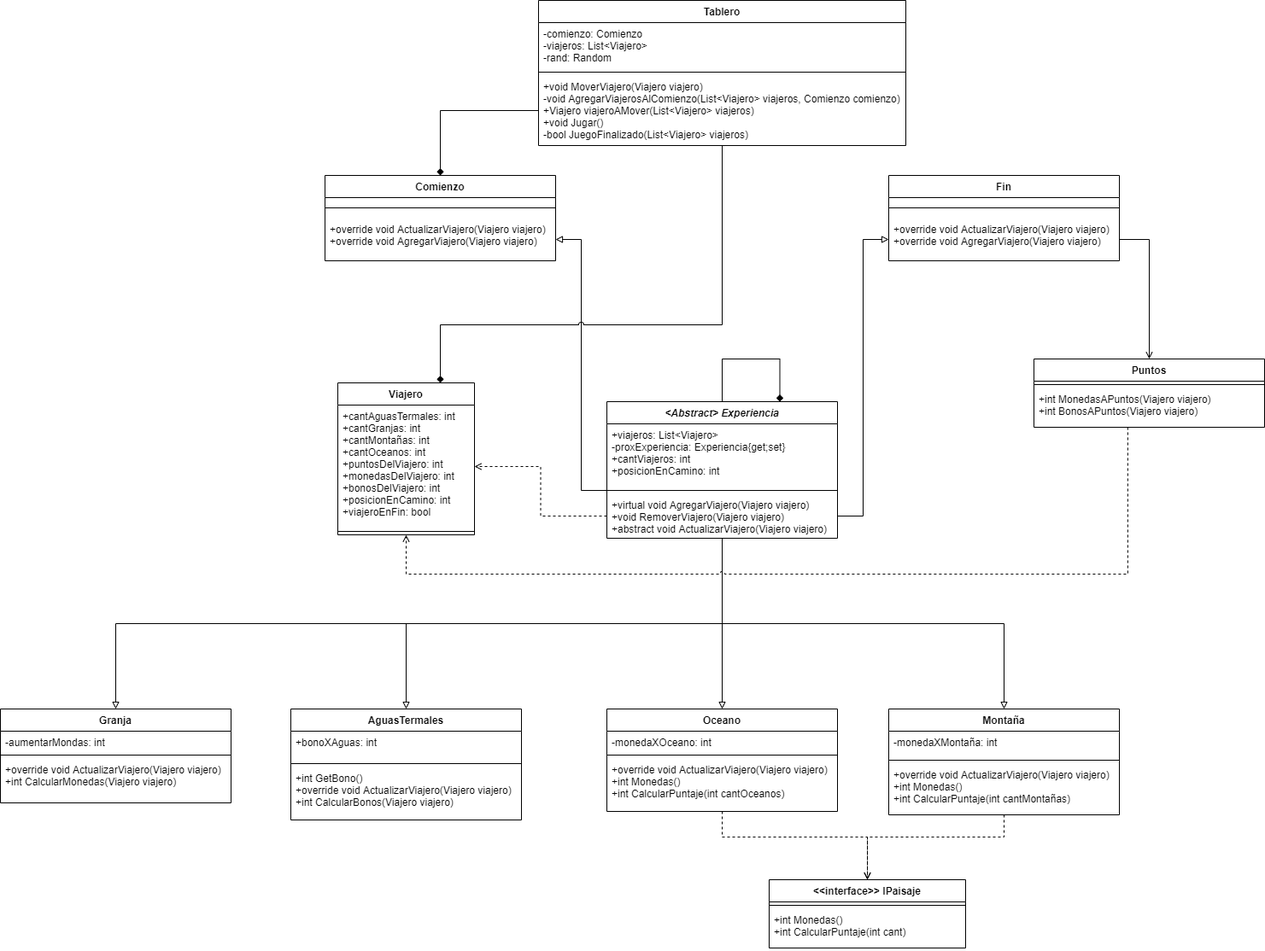
This is Diagrama/diagrama.png from Alejandra2431/ExamenJul2021, a draw.io export, as it was before one commit. Source tidied: cells renumbered, new cells last; positions are measured from the earlier drawing's top-left corner, leaving out a move shared by most shapes. Source of this version:
```xml
<mxGraphModel>
  <root>
    <mxCell id="0" />
    <mxCell id="1" parent="0" />
    <mxCell id="2" value="&lt;Abstract&gt; Experiencia" style="swimlane;fontStyle=3;align=center;verticalAlign=top;horizontal=1;startSize=26;" parent="1" vertex="1">
      <mxGeometry x="710" y="470" width="270" height="160" as="geometry" />
    </mxCell>
    <mxCell id="3" value="+viajeros: List&lt;Viajero&gt;&#10;-proxExperiencia: Experiencia{get;set}&#10;+cantViajeros: int&#10;+posicionEnCamino: int&#10;" style="text;strokeColor=none;fillColor=none;align=left;verticalAlign=top;spacingLeft=4;spacingRight=4;overflow=hidden;" parent="2" vertex="1">
      <mxGeometry y="26" width="270" height="74" as="geometry" />
    </mxCell>
    <mxCell id="4" style="line;strokeWidth=1;fillColor=none;align=left;verticalAlign=middle;spacingTop=-1;spacingLeft=3;spacingRight=3;labelPosition=right;points=[];portConstraint=eastwest;" parent="2" vertex="1">
      <mxGeometry y="100" width="270" height="8" as="geometry" />
    </mxCell>
    <mxCell id="5" value="+virtual void AgregarViajero(Viajero viajero)&#10;+void RemoverViajero(Viajero viajero)&#10;+abstract void ActualizarViajero(Viajero viajero)&#10;" style="text;strokeColor=none;fillColor=none;align=left;verticalAlign=top;spacingLeft=4;spacingRight=4;overflow=hidden;points=[[0,0.5],[1,0.5]];portConstraint=eastwest;" parent="2" vertex="1">
      <mxGeometry y="108" width="270" height="52" as="geometry" />
    </mxCell>
    <mxCell id="6" value="Montaña" style="swimlane;fontStyle=1;align=center;verticalAlign=top;horizontal=1;startSize=26;" parent="1" vertex="1">
      <mxGeometry x="1040" y="830" width="270" height="124" as="geometry" />
    </mxCell>
    <mxCell id="7" value="-monedaXMontaña: int&#10;" style="text;strokeColor=none;fillColor=none;align=left;verticalAlign=top;spacingLeft=4;spacingRight=4;overflow=hidden;" parent="6" vertex="1">
      <mxGeometry y="26" width="270" height="30" as="geometry" />
    </mxCell>
    <mxCell id="8" style="line;strokeWidth=1;fillColor=none;align=left;verticalAlign=middle;spacingTop=-1;spacingLeft=3;spacingRight=3;labelPosition=right;" parent="6" vertex="1">
      <mxGeometry y="56" width="270" height="8" as="geometry" />
    </mxCell>
    <mxCell id="9" value="+override void ActualizarViajero(Viajero viajero)&#10;+int Monedas()&#10;+int CalcularPuntaje(int cantMontañas)" style="text;strokeColor=none;fillColor=none;align=left;verticalAlign=top;spacingLeft=4;spacingRight=4;overflow=hidden;points=[[0,0.5],[1,0.5]];portConstraint=eastwest;" parent="6" vertex="1">
      <mxGeometry y="64" width="270" height="60" as="geometry" />
    </mxCell>
    <mxCell id="10" value="Granja" style="swimlane;fontStyle=1;align=center;verticalAlign=top;horizontal=1;startSize=26;" parent="1" vertex="1">
      <mxGeometry y="830" width="270" height="110" as="geometry" />
    </mxCell>
    <mxCell id="11" value="-aumentarMondas: int&#10;" style="text;strokeColor=none;fillColor=none;align=left;verticalAlign=top;spacingLeft=4;spacingRight=4;overflow=hidden;" parent="10" vertex="1">
      <mxGeometry y="26" width="270" height="24" as="geometry" />
    </mxCell>
    <mxCell id="12" style="line;strokeWidth=1;fillColor=none;align=left;verticalAlign=middle;spacingTop=-1;spacingLeft=3;spacingRight=3;labelPosition=right;" parent="10" vertex="1">
      <mxGeometry y="50" width="270" height="8" as="geometry" />
    </mxCell>
    <mxCell id="13" value="+override void ActualizarViajero(Viajero viajero)&#10;+int CalcularMonedas(Viajero viajero)" style="text;strokeColor=none;fillColor=none;align=left;verticalAlign=top;spacingLeft=4;spacingRight=4;overflow=hidden;" parent="10" vertex="1">
      <mxGeometry y="58" width="270" height="52" as="geometry" />
    </mxCell>
    <mxCell id="14" value="Oceano" style="swimlane;fontStyle=1;align=center;verticalAlign=top;horizontal=1;startSize=26;" parent="1" vertex="1">
      <mxGeometry x="710" y="830" width="270" height="120" as="geometry" />
    </mxCell>
    <mxCell id="15" value="-monedaXOceano: int &#10;" style="text;strokeColor=none;fillColor=none;align=left;verticalAlign=top;spacingLeft=4;spacingRight=4;overflow=hidden;" parent="14" vertex="1">
      <mxGeometry y="26" width="270" height="24" as="geometry" />
    </mxCell>
    <mxCell id="16" style="line;strokeWidth=1;fillColor=none;align=left;verticalAlign=middle;spacingTop=-1;spacingLeft=3;spacingRight=3;labelPosition=right;" parent="14" vertex="1">
      <mxGeometry y="50" width="270" height="8" as="geometry" />
    </mxCell>
    <mxCell id="17" value="+override void ActualizarViajero(Viajero viajero)&#10;+int Monedas()&#10;+int CalcularPuntaje(int cantOceanos)" style="text;strokeColor=none;fillColor=none;align=left;verticalAlign=top;spacingLeft=4;spacingRight=4;overflow=hidden;points=[[0,0.5],[1,0.5]];portConstraint=eastwest;" parent="14" vertex="1">
      <mxGeometry y="58" width="270" height="62" as="geometry" />
    </mxCell>
    <mxCell id="18" value="AguasTermales" style="swimlane;fontStyle=1;align=center;verticalAlign=top;horizontal=1;startSize=26;" parent="1" vertex="1">
      <mxGeometry x="340" y="830" width="270" height="130" as="geometry" />
    </mxCell>
    <mxCell id="19" value="+bonoXAguas: int&#10;" style="text;strokeColor=none;fillColor=none;align=left;verticalAlign=top;spacingLeft=4;spacingRight=4;overflow=hidden;" parent="18" vertex="1">
      <mxGeometry y="26" width="270" height="34" as="geometry" />
    </mxCell>
    <mxCell id="20" style="line;strokeWidth=1;fillColor=none;align=left;verticalAlign=middle;spacingTop=-1;spacingLeft=3;spacingRight=3;labelPosition=right;" parent="18" vertex="1">
      <mxGeometry y="60" width="270" height="8" as="geometry" />
    </mxCell>
    <mxCell id="21" value="+int GetBono()&#10;+override void ActualizarViajero(Viajero viajero)&#10;+int CalcularBonos(Viajero viajero)&#10;" style="text;strokeColor=none;fillColor=none;align=left;verticalAlign=top;spacingLeft=4;spacingRight=4;overflow=hidden;" parent="18" vertex="1">
      <mxGeometry y="68" width="270" height="62" as="geometry" />
    </mxCell>
    <mxCell id="22" value="Viajero" style="swimlane;fontStyle=1;align=center;verticalAlign=top;horizontal=1;startSize=26;" parent="1" vertex="1">
      <mxGeometry x="395" y="448" width="160" height="178" as="geometry" />
    </mxCell>
    <mxCell id="23" value="+cantAguasTermales: int&#10;+cantGranjas: int&#10;+cantMontañas: int&#10;+cantOceanos: int&#10;+puntosDelViajero: int&#10;+monedasDelViajero: int&#10;+bonosDelViajero: int&#10;+posicionEnCamino: int&#10;+viajeroEnFin: bool" style="text;strokeColor=none;fillColor=none;align=left;verticalAlign=top;spacingLeft=4;spacingRight=4;overflow=hidden;points=[[0,0.5],[1,0.5]];portConstraint=eastwest;" parent="22" vertex="1">
      <mxGeometry y="26" width="160" height="144" as="geometry" />
    </mxCell>
    <mxCell id="24" style="line;strokeWidth=1;fillColor=none;align=left;verticalAlign=middle;spacingTop=-1;spacingLeft=3;spacingRight=3;labelPosition=right;" parent="22" vertex="1">
      <mxGeometry y="170" width="160" height="8" as="geometry" />
    </mxCell>
    <mxCell id="25" value="Comienzo" style="swimlane;fontStyle=1;align=center;verticalAlign=top;horizontal=1;startSize=26;" parent="1" vertex="1">
      <mxGeometry x="380" y="205" width="270" height="100" as="geometry" />
    </mxCell>
    <mxCell id="26" style="line;strokeWidth=1;fillColor=none;align=left;verticalAlign=middle;spacingTop=-1;spacingLeft=3;spacingRight=3;labelPosition=right;" parent="25" vertex="1">
      <mxGeometry y="26" width="270" height="24" as="geometry" />
    </mxCell>
    <mxCell id="27" value="+override void ActualizarViajero(Viajero viajero)&#10;+override void AgregarViajero(Viajero viajero)" style="text;strokeColor=none;fillColor=none;align=left;verticalAlign=top;spacingLeft=4;spacingRight=4;overflow=hidden;points=[[0,0.5],[1,0.5]];portConstraint=eastwest;" parent="25" vertex="1">
      <mxGeometry y="50" width="270" height="50" as="geometry" />
    </mxCell>
    <mxCell id="28" value="&lt;&lt;interface&gt;&gt; IPaisaje" style="swimlane;fontStyle=1;align=center;verticalAlign=top;horizontal=1;startSize=26;" parent="1" vertex="1">
      <mxGeometry x="900" y="1030" width="230" height="80" as="geometry" />
    </mxCell>
    <mxCell id="29" style="line;strokeWidth=1;fillColor=none;align=left;verticalAlign=middle;spacingTop=-1;spacingLeft=3;spacingRight=3;labelPosition=right;" parent="28" vertex="1">
      <mxGeometry y="26" width="230" height="8" as="geometry" />
    </mxCell>
    <mxCell id="30" value="+int Monedas()&#10;+int CalcularPuntaje(int cant)" style="text;strokeColor=none;fillColor=none;align=left;verticalAlign=top;spacingLeft=4;spacingRight=4;overflow=hidden;" parent="28" vertex="1">
      <mxGeometry y="34" width="230" height="46" as="geometry" />
    </mxCell>
    <mxCell id="31" value="Tablero" style="swimlane;fontStyle=1;align=center;verticalAlign=top;horizontal=1;startSize=26;" parent="1" vertex="1">
      <mxGeometry x="630" width="430" height="170" as="geometry" />
    </mxCell>
    <mxCell id="32" value="-comienzo: Comienzo&#10;-viajeros: List&lt;Viajero&gt;&#10;-rand: Random" style="text;strokeColor=none;fillColor=none;align=left;verticalAlign=top;spacingLeft=4;spacingRight=4;overflow=hidden;" parent="31" vertex="1">
      <mxGeometry y="26" width="430" height="54" as="geometry" />
    </mxCell>
    <mxCell id="33" style="line;strokeWidth=1;fillColor=none;align=left;verticalAlign=middle;spacingTop=-1;spacingLeft=3;spacingRight=3;labelPosition=right;" parent="31" vertex="1">
      <mxGeometry y="80" width="430" height="8" as="geometry" />
    </mxCell>
    <mxCell id="34" value="+void MoverViajero(Viajero viajero)&#10;-void AgregarViajerosAlComienzo(List&lt;Viajero&gt; viajeros, Comienzo comienzo)&#10;+Viajero viajeroAMover(List&lt;Viajero&gt; viajeros)&#10;+void Jugar()&#10;-bool JuegoFinalizado(List&lt;Viajero&gt; viajeros)" style="text;strokeColor=none;fillColor=none;align=left;verticalAlign=top;spacingLeft=4;spacingRight=4;overflow=hidden;points=[[0,0.5],[1,0.5]];portConstraint=eastwest;" parent="31" vertex="1">
      <mxGeometry y="88" width="430" height="82" as="geometry" />
    </mxCell>
    <mxCell id="35" value="Puntos" style="swimlane;fontStyle=1;align=center;verticalAlign=top;horizontal=1;startSize=26;" parent="1" vertex="1">
      <mxGeometry x="1210" y="420" width="270" height="80" as="geometry" />
    </mxCell>
    <mxCell id="36" style="line;strokeWidth=1;fillColor=none;align=left;verticalAlign=middle;spacingTop=-1;spacingLeft=3;spacingRight=3;labelPosition=right;" parent="35" vertex="1">
      <mxGeometry y="26" width="270" height="8" as="geometry" />
    </mxCell>
    <mxCell id="37" value="+int MonedasAPuntos(Viajero viajero)&#10;+int BonosAPuntos(Viajero viajero)" style="text;strokeColor=none;fillColor=none;align=left;verticalAlign=top;spacingLeft=4;spacingRight=4;overflow=hidden;points=[[0,0.5],[1,0.5]];portConstraint=eastwest;" parent="35" vertex="1">
      <mxGeometry y="34" width="270" height="46" as="geometry" />
    </mxCell>
    <mxCell id="38" value="Fin" style="swimlane;fontStyle=1;align=center;verticalAlign=top;horizontal=1;startSize=26;" parent="1" vertex="1">
      <mxGeometry x="1040" y="205" width="270" height="100" as="geometry" />
    </mxCell>
    <mxCell id="39" style="line;strokeWidth=1;fillColor=none;align=left;verticalAlign=middle;spacingTop=-1;spacingLeft=3;spacingRight=3;labelPosition=right;" parent="38" vertex="1">
      <mxGeometry y="26" width="270" height="24" as="geometry" />
    </mxCell>
    <mxCell id="40" value="+override void ActualizarViajero(Viajero viajero)&#10;+override void AgregarViajero(Viajero viajero)" style="text;strokeColor=none;fillColor=none;align=left;verticalAlign=top;spacingLeft=4;spacingRight=4;overflow=hidden;points=[[0,0.5],[1,0.5]];portConstraint=eastwest;" parent="38" vertex="1">
      <mxGeometry y="50" width="270" height="50" as="geometry" />
    </mxCell>
    <mxCell id="41" style="edgeStyle=orthogonalEdgeStyle;rounded=0;jettySize=auto;html=1;entryX=0.5;entryY=0;entryDx=0;entryDy=0;endArrow=block;endFill=0;" parent="1" edge="1" source="5" target="10">
      <mxGeometry relative="1" as="geometry">
        <Array as="points">
          <mxPoint x="845" y="730" />
          <mxPoint x="135" y="730" />
        </Array>
      </mxGeometry>
    </mxCell>
    <mxCell id="42" style="edgeStyle=orthogonalEdgeStyle;rounded=0;jettySize=auto;html=1;endArrow=block;endFill=0;" parent="1" edge="1" source="5" target="6">
      <mxGeometry relative="1" as="geometry">
        <Array as="points">
          <mxPoint x="845" y="730" />
          <mxPoint x="1175" y="730" />
        </Array>
      </mxGeometry>
    </mxCell>
    <mxCell id="43" style="edgeStyle=orthogonalEdgeStyle;rounded=0;jettySize=auto;html=1;endArrow=block;endFill=0;" parent="1" edge="1" source="5" target="18">
      <mxGeometry relative="1" as="geometry">
        <Array as="points">
          <mxPoint x="845" y="730" />
          <mxPoint x="475" y="730" />
        </Array>
      </mxGeometry>
    </mxCell>
    <mxCell id="44" style="edgeStyle=orthogonalEdgeStyle;rounded=0;jettySize=auto;html=1;entryX=0.5;entryY=0;entryDx=0;entryDy=0;endArrow=block;endFill=0;" parent="1" edge="1" source="5" target="14">
      <mxGeometry relative="1" as="geometry">
        <Array as="points">
          <mxPoint x="845" y="710" />
          <mxPoint x="845" y="710" />
        </Array>
      </mxGeometry>
    </mxCell>
    <mxCell id="45" style="edgeStyle=orthogonalEdgeStyle;rounded=0;jettySize=auto;html=1;entryX=0;entryY=0.5;entryDx=0;entryDy=0;endArrow=block;endFill=0;" parent="1" edge="1" source="5" target="40">
      <mxGeometry relative="1" as="geometry" />
    </mxCell>
    <mxCell id="46" style="edgeStyle=orthogonalEdgeStyle;rounded=0;jettySize=auto;html=1;entryX=1;entryY=0.5;entryDx=0;entryDy=0;endArrow=block;endFill=0;" parent="1" edge="1" source="4" target="27">
      <mxGeometry relative="1" as="geometry" />
    </mxCell>
    <mxCell id="47" style="edgeStyle=orthogonalEdgeStyle;rounded=0;jettySize=auto;html=1;entryX=0.5;entryY=0;entryDx=0;entryDy=0;endArrow=open;endFill=0;dashed=1;" parent="1" edge="1" source="17" target="28">
      <mxGeometry relative="1" as="geometry">
        <Array as="points">
          <mxPoint x="845" y="980" />
          <mxPoint x="1015" y="980" />
        </Array>
      </mxGeometry>
    </mxCell>
    <mxCell id="48" style="edgeStyle=orthogonalEdgeStyle;rounded=0;jettySize=auto;html=1;entryX=0.5;entryY=0;entryDx=0;entryDy=0;endArrow=open;endFill=0;dashed=1;" parent="1" edge="1" source="9" target="28">
      <mxGeometry relative="1" as="geometry">
        <Array as="points">
          <mxPoint x="1175" y="980" />
          <mxPoint x="1015" y="980" />
        </Array>
      </mxGeometry>
    </mxCell>
    <mxCell id="49" style="edgeStyle=orthogonalEdgeStyle;rounded=0;jettySize=auto;html=1;entryX=0.75;entryY=0;entryDx=0;entryDy=0;endArrow=diamond;endFill=1;jumpStyle=arc;" parent="1" edge="1" source="34" target="22">
      <mxGeometry relative="1" as="geometry">
        <Array as="points">
          <mxPoint x="845" y="380" />
          <mxPoint x="515" y="380" />
        </Array>
      </mxGeometry>
    </mxCell>
    <mxCell id="50" style="edgeStyle=orthogonalEdgeStyle;rounded=0;jumpStyle=arc;jettySize=auto;html=1;exitX=0;exitY=0.5;exitDx=0;exitDy=0;dashed=1;endArrow=open;endFill=0;" parent="1" edge="1" source="5" target="23">
      <mxGeometry relative="1" as="geometry" />
    </mxCell>
    <mxCell id="51" style="edgeStyle=orthogonalEdgeStyle;rounded=0;jumpStyle=arc;jettySize=auto;html=1;exitX=0.407;exitY=1;exitDx=0;exitDy=0;entryX=0.5;entryY=1;entryDx=0;entryDy=0;dashed=1;endArrow=open;endFill=0;exitPerimeter=0;" parent="1" edge="1" source="37" target="22">
      <mxGeometry relative="1" as="geometry">
        <Array as="points">
          <mxPoint x="1320" y="672" />
          <mxPoint x="475" y="672" />
        </Array>
      </mxGeometry>
    </mxCell>
    <mxCell id="52" style="edgeStyle=orthogonalEdgeStyle;rounded=0;jumpStyle=arc;jettySize=auto;html=1;entryX=0.5;entryY=0;entryDx=0;entryDy=0;endArrow=open;endFill=0;" parent="1" edge="1" source="40" target="35">
      <mxGeometry relative="1" as="geometry" />
    </mxCell>
    <mxCell id="53" style="edgeStyle=orthogonalEdgeStyle;rounded=0;jettySize=auto;html=1;entryX=0.5;entryY=0;entryDx=0;entryDy=0;endArrow=diamond;endFill=1;" parent="1" edge="1" source="34" target="25">
      <mxGeometry relative="1" as="geometry" />
    </mxCell>
    <mxCell id="54" style="edgeStyle=orthogonalEdgeStyle;rounded=0;orthogonalLoop=1;jettySize=auto;html=1;entryX=0.75;entryY=0;entryDx=0;entryDy=0;endArrow=diamond;endFill=1;" parent="1" edge="1" source="2" target="2">
      <mxGeometry relative="1" as="geometry">
        <Array as="points">
          <mxPoint x="845" y="420" />
          <mxPoint x="913" y="420" />
        </Array>
      </mxGeometry>
    </mxCell>
  </root>
</mxGraphModel>
```
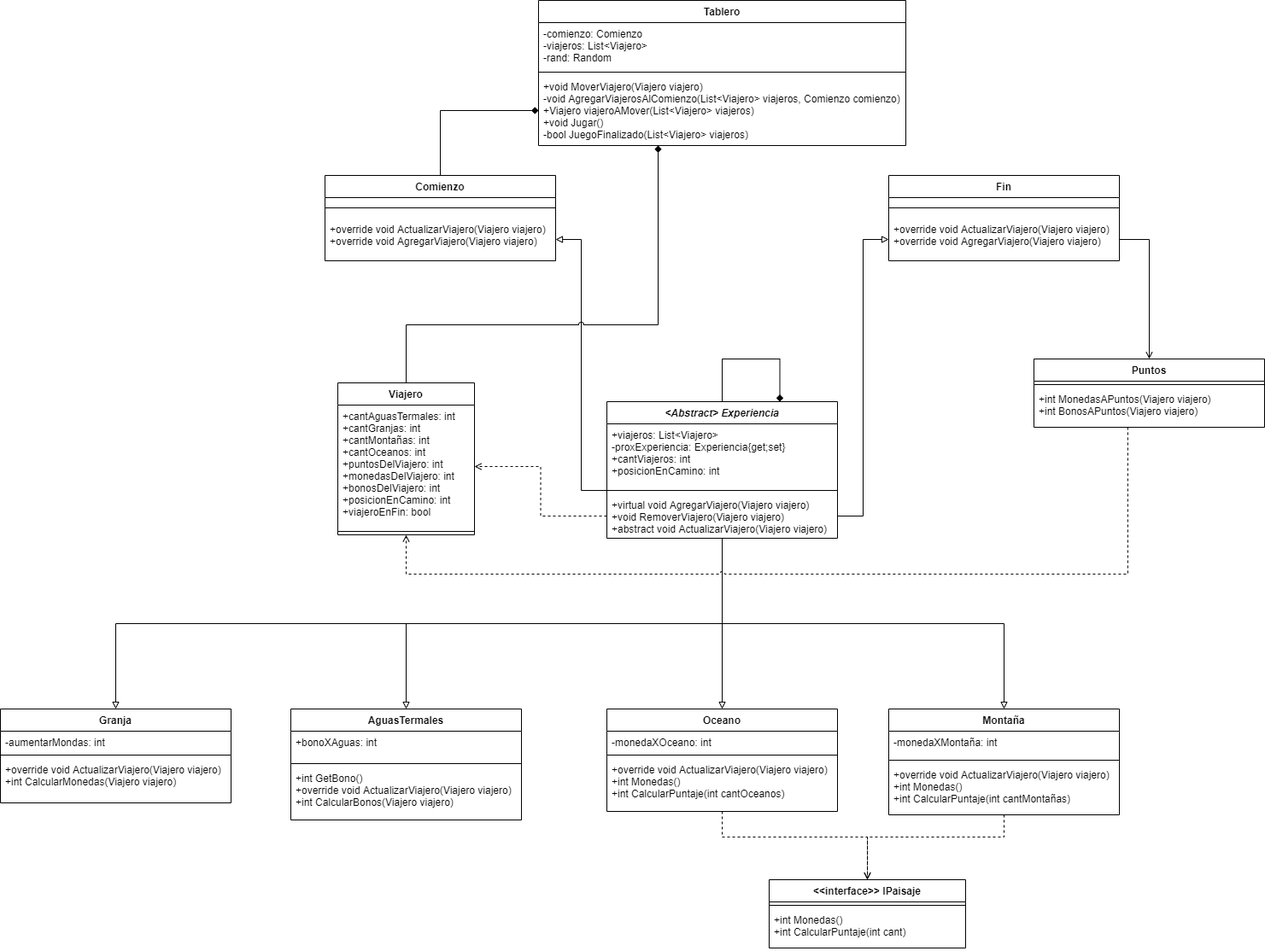
The same diagram one commit later.

The edit, as a diff of the source:
```diff
@@ -173,11 +173,11 @@
         </Array>
       </mxGeometry>
     </mxCell>
-    <mxCell id="49" style="edgeStyle=orthogonalEdgeStyle;rounded=0;jettySize=auto;html=1;entryX=0.75;entryY=0;entryDx=0;entryDy=0;endArrow=diamond;endFill=1;jumpStyle=arc;" parent="1" edge="1" source="34" target="22">
+    <mxCell id="49" style="edgeStyle=orthogonalEdgeStyle;rounded=0;jettySize=auto;html=1;endArrow=diamond;endFill=1;jumpStyle=arc;exitX=0.5;exitY=0;exitDx=0;exitDy=0;" parent="1" edge="1" source="22" target="34">
       <mxGeometry relative="1" as="geometry">
         <Array as="points">
-          <mxPoint x="845" y="380" />
-          <mxPoint x="515" y="380" />
+          <mxPoint x="475" y="380" />
+          <mxPoint x="770" y="380" />
         </Array>
       </mxGeometry>
     </mxCell>
@@ -195,7 +195,7 @@
     <mxCell id="52" style="edgeStyle=orthogonalEdgeStyle;rounded=0;jumpStyle=arc;jettySize=auto;html=1;entryX=0.5;entryY=0;entryDx=0;entryDy=0;endArrow=open;endFill=0;" parent="1" edge="1" source="40" target="35">
       <mxGeometry relative="1" as="geometry" />
     </mxCell>
-    <mxCell id="53" style="edgeStyle=orthogonalEdgeStyle;rounded=0;jettySize=auto;html=1;entryX=0.5;entryY=0;entryDx=0;entryDy=0;endArrow=diamond;endFill=1;" parent="1" edge="1" source="34" target="25">
+    <mxCell id="53" style="edgeStyle=orthogonalEdgeStyle;rounded=0;jettySize=auto;html=1;endArrow=diamond;endFill=1;exitX=0.5;exitY=0;exitDx=0;exitDy=0;entryX=0;entryY=0.5;entryDx=0;entryDy=0;" parent="1" edge="1" source="25" target="34">
       <mxGeometry relative="1" as="geometry" />
     </mxCell>
     <mxCell id="54" style="edgeStyle=orthogonalEdgeStyle;rounded=0;orthogonalLoop=1;jettySize=auto;html=1;entryX=0.75;entryY=0;entryDx=0;entryDy=0;endArrow=diamond;endFill=1;" parent="1" edge="1" source="2" target="2">
```
